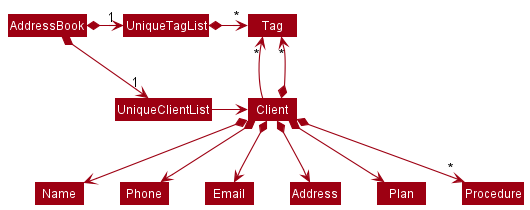
Before: docs/images/BetterModelClassDiagram.png, a diagram exported from PlantUML (nus-cs2103-AY2122S2/tp).
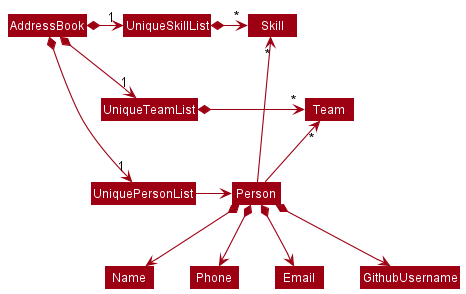
The same diagram one commit later.

Commit message:
Change Model package's class diagram to reflect HackNet's design

Diff of the diagram source:
```diff
@@ -4,21 +4,22 @@
 skinparam arrowColor MODEL_COLOR
 skinparam classBackgroundColor MODEL_COLOR
 
-AddressBook *-right-> "1" UniqueClientList
-AddressBook *-right-> "1" UniqueTagList
-UniqueTagList -[hidden]down- UniqueClientList
-UniqueTagList -[hidden]down- UniqueClientList
+AddressBook *-right-> "1" UniquePersonList
+AddressBook *-right-> "1" UniqueTeamList
+AddressBook *-right-> "1" UniqueSkillList
+UniqueSkillList -[hidden]down- UniqueTeamList
+UniqueTeamList -[hidden]down- UniquePersonList
 
-UniqueTagList *-right-> "*" Tag
-UniqueClientList -right-> Client
+UniqueSkillList *-right-> "*" Skill
+UniqueTeamList *-right-> "*" Team
+Skill -[hidden]down- Team
+UniquePersonList -right-> Person
 
-Client -up-> "*" Tag
+Person -up-> "*" Team
+Person -up-> "*" Skill
 
-Client *--> Name
-Client *--> Phone
-Client *--> Email
-Client *--> Address
-Client *--> Plan
-Client *--> "*" Tag
-Client *--> "*" Procedure
+Person *--> Name
+Person *--> Phone
+Person *--> Email
+Person *--> GithubUsername
 @enduml
```
